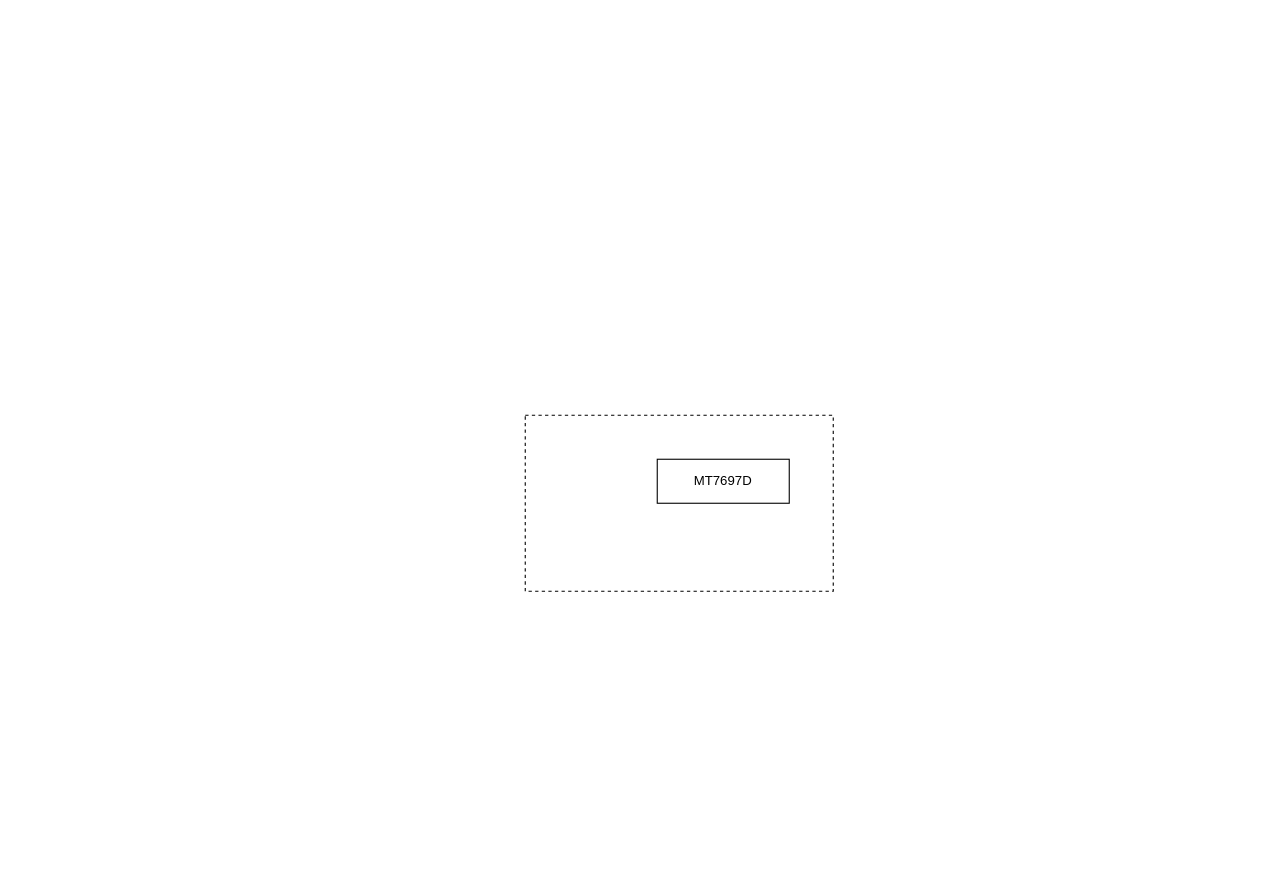
Above: WiFi通用联网方案--网络拓扑图.drawio in zjh6607476/drawing (draw.io), before the change. Source tidied: cells renumbered, new cells numbered last; positions are measured from the earlier drawing's top-left corner, leaving out a move shared by most shapes. Both pictures are drawn from the tidied source at 110%, with x=0, y=0 at pixel (525, 415).
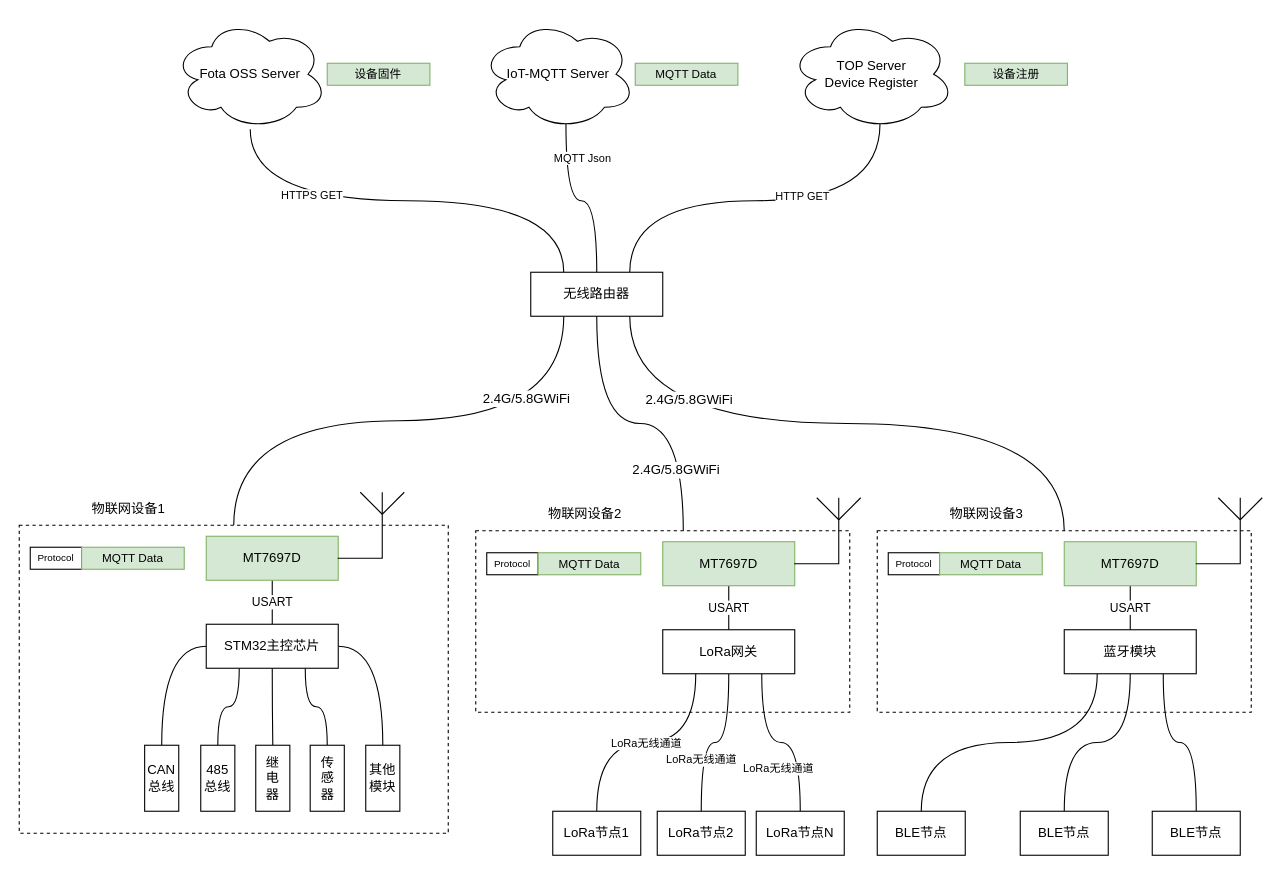
Above is the later version.

Commit message:
更新WiFi通用联网方案--网络拓扑图.drawio

Change to the diagram source:
```diff
@@
+    <mxCell id="4" style="edgeStyle=orthogonalEdgeStyle;rounded=0;jettySize=auto;html=1;exitX=0.5;exitY=0;exitDx=0;exitDy=0;endArrow=none;endFill=0;curved=1;entryX=0.25;entryY=1;entryDx=0;entryDy=0;" parent="1" edge="1" source="2" target="31">
+      <mxGeometry relative="1" as="geometry" />
+    </mxCell>
+    <mxCell id="5" value="2.4G/5.8GWiFi" style="text;html=1;align=center;verticalAlign=middle;labelBackgroundColor=#ffffff;" parent="4" vertex="1">
+      <mxGeometry x="0.37" y="3" relative="1" as="geometry">
+        <mxPoint x="24.4" y="-17.1" as="offset" />
+      </mxGeometry>
+    </mxCell>
     <mxCell id="2" style="rounded=0;whiteSpace=wrap;html=1;dashed=1;" parent="1" vertex="1">
-      <mxGeometry width="280" height="160" as="geometry" />
+      <mxGeometry x="-460" y="100" width="390" height="280" as="geometry" />
     </mxCell>
+    <mxCell id="6" value="USART" style="edgeStyle=orthogonalEdgeStyle;rounded=0;jettySize=auto;html=1;exitX=0.5;exitY=1;exitDx=0;exitDy=0;entryX=0.5;entryY=0;entryDx=0;entryDy=0;endArrow=none;endFill=0;" parent="1" edge="1" source="3" target="15">
+      <mxGeometry relative="1" as="geometry" />
+    </mxCell>
-    <mxCell id="3" value="MT7697D" style="rounded=0;whiteSpace=wrap;html=1;" parent="1" vertex="1">
-      <mxGeometry x="120" y="40" width="120" height="40" as="geometry" />
+    <mxCell id="3" value="MT7697D" style="rounded=0;whiteSpace=wrap;html=1;fillColor=#d5e8d4;strokeColor=#82b366;" parent="1" vertex="1">
+      <mxGeometry x="-290" y="110" width="120" height="40" as="geometry" />
     </mxCell>
+    <mxCell id="7" value="IoT-MQTT Server" style="ellipse;shape=cloud;whiteSpace=wrap;html=1;" parent="1" vertex="1">
+      <mxGeometry x="-40" y="-360" width="140" height="100" as="geometry" />
+    </mxCell>
+    <mxCell id="8" value="TOP Server&lt;br&gt;Device Register" style="ellipse;shape=cloud;whiteSpace=wrap;html=1;" parent="1" vertex="1">
+      <mxGeometry x="240" y="-360" width="150" height="100" as="geometry" />
+    </mxCell>
+    <mxCell id="9" value="Fota OSS Server" style="ellipse;shape=cloud;whiteSpace=wrap;html=1;" parent="1" vertex="1">
+      <mxGeometry x="-320" y="-360" width="140" height="100" as="geometry" />
+    </mxCell>
+    <mxCell id="10" style="edgeStyle=orthogonalEdgeStyle;curved=1;rounded=0;jettySize=auto;html=1;exitX=0;exitY=0.5;exitDx=0;exitDy=0;endArrow=none;endFill=0;entryX=0.5;entryY=0;entryDx=0;entryDy=0;" parent="1" edge="1" source="15" target="79">
+      <mxGeometry relative="1" as="geometry" />
+    </mxCell>
+    <mxCell id="11" style="edgeStyle=orthogonalEdgeStyle;curved=1;rounded=0;jettySize=auto;html=1;exitX=0.25;exitY=1;exitDx=0;exitDy=0;endArrow=none;endFill=0;entryX=0.5;entryY=0;entryDx=0;entryDy=0;" parent="1" edge="1" source="15" target="80">
+      <mxGeometry relative="1" as="geometry" />
+    </mxCell>
+    <mxCell id="12" style="edgeStyle=orthogonalEdgeStyle;curved=1;rounded=0;jettySize=auto;html=1;exitX=0.5;exitY=1;exitDx=0;exitDy=0;entryX=0.5;entryY=0;entryDx=0;entryDy=0;endArrow=none;endFill=0;" parent="1" edge="1" source="15" target="81">
+      <mxGeometry relative="1" as="geometry" />
+    </mxCell>
+    <mxCell id="13" style="edgeStyle=orthogonalEdgeStyle;curved=1;rounded=0;jettySize=auto;html=1;exitX=0.75;exitY=1;exitDx=0;exitDy=0;endArrow=none;endFill=0;fontSize=10;" parent="1" edge="1" source="15" target="82">
+      <mxGeometry relative="1" as="geometry" />
+    </mxCell>
+    <mxCell id="14" style="edgeStyle=orthogonalEdgeStyle;curved=1;rounded=0;jettySize=auto;html=1;exitX=1;exitY=0.5;exitDx=0;exitDy=0;endArrow=none;endFill=0;fontSize=10;" parent="1" edge="1" source="15" target="83">
+      <mxGeometry relative="1" as="geometry" />
+    </mxCell>
+    <mxCell id="15" value="STM32主控芯片" style="rounded=0;whiteSpace=wrap;html=1;" parent="1" vertex="1">
+      <mxGeometry x="-290" y="190" width="120" height="40" as="geometry" />
+    </mxCell>
+    <mxCell id="16" style="group;" parent="1" vertex="1">
+      <mxGeometry x="-170" y="70" width="50" height="60" as="geometry" />
+    </mxCell>
+    <mxCell id="17" style="shape=partialRectangle;whiteSpace=wrap;html=1;top=0;left=0;fillColor=none;" parent="16" vertex="1">
+      <mxGeometry y="20" width="40" height="40" as="geometry" />
+    </mxCell>
+    <mxCell id="18" style="endArrow=none;html=1;" parent="16" edge="1">
+      <mxGeometry relative="1" as="geometry">
+        <mxPoint x="40" y="20" as="sourcePoint" />
+        <mxPoint x="60" as="targetPoint" />
+      </mxGeometry>
+    </mxCell>
+    <mxCell id="19" style="endArrow=none;html=1;" parent="16" edge="1">
+      <mxGeometry relative="1" as="geometry">
+        <mxPoint x="40" y="20" as="sourcePoint" />
+        <mxPoint x="20" as="targetPoint" />
+      </mxGeometry>
+    </mxCell>
+    <mxCell id="20" style="endArrow=none;html=1;" parent="16" edge="1">
+      <mxGeometry relative="1" as="geometry">
+        <mxPoint x="40" y="20" as="sourcePoint" />
+        <mxPoint x="40" as="targetPoint" />
+      </mxGeometry>
+    </mxCell>
+    <mxCell id="21" style="edgeStyle=orthogonalEdgeStyle;curved=1;rounded=0;jettySize=auto;html=1;exitX=0.75;exitY=0;exitDx=0;exitDy=0;entryX=0.55;entryY=0.95;entryDx=0;entryDy=0;entryPerimeter=0;endArrow=none;endFill=0;" parent="1" edge="1" source="31" target="8">
+      <mxGeometry relative="1" as="geometry" />
+    </mxCell>
+    <mxCell id="22" value="HTTP GET" style="text;html=1;align=center;verticalAlign=middle;labelBackgroundColor=#ffffff;fontSize=10;" parent="21" vertex="1">
+      <mxGeometry x="0.22" y="5" relative="1" as="geometry" />
+    </mxCell>
+    <mxCell id="23" style="edgeStyle=orthogonalEdgeStyle;curved=1;rounded=0;jettySize=auto;html=1;exitX=0.5;exitY=0;exitDx=0;exitDy=0;entryX=0.55;entryY=0.95;entryDx=0;entryDy=0;entryPerimeter=0;endArrow=none;endFill=0;" parent="1" edge="1" source="31" target="7">
+      <mxGeometry relative="1" as="geometry" />
+    </mxCell>
+    <mxCell id="24" value="MQTT Json" style="text;html=1;align=center;verticalAlign=middle;labelBackgroundColor=#ffffff;fontSize=10;" parent="23" vertex="1">
+      <mxGeometry x="0.63" y="-14" relative="1" as="geometry" />
+    </mxCell>
+    <mxCell id="25" style="edgeStyle=orthogonalEdgeStyle;curved=1;rounded=0;jettySize=auto;html=1;exitX=0.25;exitY=0;exitDx=0;exitDy=0;endArrow=none;endFill=0;" parent="1" edge="1" source="31" target="9">
+      <mxGeometry relative="1" as="geometry" />
+    </mxCell>
+    <mxCell id="26" value="HTTPS GET" style="text;html=1;align=center;verticalAlign=middle;labelBackgroundColor=#ffffff;fontSize=10;" parent="25" vertex="1">
+      <mxGeometry x="0.42" y="-6" relative="1" as="geometry" />
+    </mxCell>
+    <mxCell id="27" style="edgeStyle=orthogonalEdgeStyle;curved=1;rounded=0;jettySize=auto;html=1;exitX=0.5;exitY=1;exitDx=0;exitDy=0;entryX=0.555;entryY=0.01;entryDx=0;entryDy=0;entryPerimeter=0;endArrow=none;endFill=0;fontSize=10;" parent="1" edge="1" source="31" target="36">
+      <mxGeometry relative="1" as="geometry" />
+    </mxCell>
+    <mxCell id="28" value="&lt;span style=&quot;font-size: 12px&quot;&gt;2.4G/5.8GWiFi&lt;/span&gt;" style="text;html=1;align=center;verticalAlign=middle;labelBackgroundColor=#ffffff;fontSize=10;" parent="27" vertex="1">
+      <mxGeometry x="0.23" y="1" relative="1" as="geometry">
+        <mxPoint y="43.4" as="offset" />
+      </mxGeometry>
+    </mxCell>
+    <mxCell id="29" style="edgeStyle=orthogonalEdgeStyle;curved=1;rounded=0;jettySize=auto;html=1;exitX=0.75;exitY=1;exitDx=0;exitDy=0;endArrow=none;endFill=0;fontSize=10;" parent="1" edge="1" source="31" target="57">
+      <mxGeometry relative="1" as="geometry" />
+    </mxCell>
+    <mxCell id="30" value="&lt;span style=&quot;font-size: 12px&quot;&gt;2.4G/5.8GWiFi&lt;/span&gt;" style="text;html=1;align=center;verticalAlign=middle;labelBackgroundColor=#ffffff;fontSize=10;" parent="29" vertex="1">
+      <mxGeometry x="-0.38" y="7" relative="1" as="geometry">
+        <mxPoint x="-32" y="-15.4" as="offset" />
+      </mxGeometry>
+    </mxCell>
+    <mxCell id="31" value="无线路由器" style="rounded=0;whiteSpace=wrap;html=1;" parent="1" vertex="1">
+      <mxGeometry x="5" y="-130" width="120" height="40" as="geometry" />
+    </mxCell>
+    <mxCell id="32" value="物联网设备1" style="text;html=1;align=center;verticalAlign=middle;" parent="1" vertex="1">
+      <mxGeometry x="-401" y="75" width="80" height="20" as="geometry" />
+    </mxCell>
+    <mxCell id="33" style="group;" parent="1" vertex="1">
+      <mxGeometry x="-450" y="120" width="140" height="20" as="geometry" />
+    </mxCell>
+    <mxCell id="34" value="Protocol" style="rounded=0;whiteSpace=wrap;html=1;fontSize=9;" parent="33" vertex="1">
+      <mxGeometry width="46.7" height="20" as="geometry" />
+    </mxCell>
+    <mxCell id="35" value="&lt;font style=&quot;font-size: 10.6667px&quot;&gt;MQTT Data&lt;/font&gt;" style="rounded=0;whiteSpace=wrap;html=1;fillColor=#d5e8d4;strokeColor=#82b366;fontSize=10;" parent="33" vertex="1">
+      <mxGeometry x="46.7" width="93.3" height="20" as="geometry" />
+    </mxCell>
+    <mxCell id="36" style="rounded=0;whiteSpace=wrap;html=1;dashed=1;" parent="1" vertex="1">
+      <mxGeometry x="-45" y="105" width="340" height="165" as="geometry" />
+    </mxCell>
+    <mxCell id="37" value="USART" style="edgeStyle=orthogonalEdgeStyle;rounded=0;jettySize=auto;html=1;exitX=0.5;exitY=1;exitDx=0;exitDy=0;entryX=0.5;entryY=0;entryDx=0;entryDy=0;endArrow=none;endFill=0;" parent="1" edge="1" source="38" target="44">
+      <mxGeometry relative="1" as="geometry" />
+    </mxCell>
+    <mxCell id="38" value="MT7697D" style="rounded=0;whiteSpace=wrap;html=1;fillColor=#d5e8d4;strokeColor=#82b366;" parent="1" vertex="1">
+      <mxGeometry x="125" y="115" width="120" height="40" as="geometry" />
+    </mxCell>
+    <mxCell id="39" value="LoRa无线通道" style="edgeStyle=orthogonalEdgeStyle;curved=1;rounded=0;jettySize=auto;html=1;exitX=0.25;exitY=1;exitDx=0;exitDy=0;entryX=0.5;entryY=0;entryDx=0;entryDy=0;endArrow=none;endFill=0;fontSize=10;" parent="1" edge="1" source="44" target="50">
+      <mxGeometry relative="1" as="geometry" />
+    </mxCell>
+    <mxCell id="40" style="edgeStyle=orthogonalEdgeStyle;curved=1;rounded=0;jettySize=auto;html=1;exitX=0.5;exitY=1;exitDx=0;exitDy=0;entryX=0.5;entryY=0;entryDx=0;entryDy=0;endArrow=none;endFill=0;fontSize=10;" parent="1" edge="1" source="44" target="55">
+      <mxGeometry relative="1" as="geometry" />
+    </mxCell>
+    <mxCell id="41" value="LoRa无线通道" style="text;html=1;align=center;verticalAlign=middle;labelBackgroundColor=#ffffff;fontSize=10;" parent="40" vertex="1">
+      <mxGeometry x="0.36" y="-1" relative="1" as="geometry" />
+    </mxCell>
+    <mxCell id="42" style="edgeStyle=orthogonalEdgeStyle;curved=1;rounded=0;jettySize=auto;html=1;exitX=0.75;exitY=1;exitDx=0;exitDy=0;endArrow=none;endFill=0;fontSize=10;" parent="1" edge="1" source="44" target="56">
+      <mxGeometry relative="1" as="geometry" />
+    </mxCell>
+    <mxCell id="43" value="LoRa无线通道" style="text;html=1;align=center;verticalAlign=middle;labelBackgroundColor=#ffffff;fontSize=10;" parent="42" vertex="1">
+      <mxGeometry x="0.5" y="-21" relative="1" as="geometry" />
+    </mxCell>
+    <mxCell id="44" value="LoRa网关" style="rounded=0;whiteSpace=wrap;html=1;" parent="1" vertex="1">
+      <mxGeometry x="125" y="195" width="120" height="40" as="geometry" />
+    </mxCell>
+    <mxCell id="45" style="group;" parent="1" vertex="1">
+      <mxGeometry x="245" y="75" width="50" height="60" as="geometry" />
+    </mxCell>
+    <mxCell id="46" style="shape=partialRectangle;whiteSpace=wrap;html=1;top=0;left=0;fillColor=none;" parent="45" vertex="1">
+      <mxGeometry y="20" width="40" height="40" as="geometry" />
+    </mxCell>
+    <mxCell id="47" style="endArrow=none;html=1;" parent="45" edge="1">
+      <mxGeometry relative="1" as="geometry">
+        <mxPoint x="40" y="20" as="sourcePoint" />
+        <mxPoint x="60" as="targetPoint" />
+      </mxGeometry>
+    </mxCell>
+    <mxCell id="48" style="endArrow=none;html=1;" parent="45" edge="1">
+      <mxGeometry relative="1" as="geometry">
+        <mxPoint x="40" y="20" as="sourcePoint" />
+        <mxPoint x="20" as="targetPoint" />
+      </mxGeometry>
+    </mxCell>
+    <mxCell id="49" style="endArrow=none;html=1;" parent="45" edge="1">
+      <mxGeometry relative="1" as="geometry">
+        <mxPoint x="40" y="20" as="sourcePoint" />
+        <mxPoint x="40" as="targetPoint" />
+      </mxGeometry>
+    </mxCell>
+    <mxCell id="50" value="LoRa节点1" style="rounded=0;whiteSpace=wrap;html=1;" parent="1" vertex="1">
+      <mxGeometry x="25" y="360" width="80" height="40" as="geometry" />
+    </mxCell>
+    <mxCell id="51" value="物联网设备2" style="text;html=1;align=center;verticalAlign=middle;" parent="1" vertex="1">
+      <mxGeometry x="14" y="80" width="80" height="20" as="geometry" />
+    </mxCell>
+    <mxCell id="52" style="group;" parent="1" vertex="1">
+      <mxGeometry x="-35" y="125" width="140" height="20" as="geometry" />
+    </mxCell>
+    <mxCell id="53" value="Protocol" style="rounded=0;whiteSpace=wrap;html=1;fontSize=9;" parent="52" vertex="1">
+      <mxGeometry width="46.7" height="20" as="geometry" />
+    </mxCell>
+    <mxCell id="54" value="&lt;font style=&quot;font-size: 10.6667px&quot;&gt;MQTT Data&lt;/font&gt;" style="rounded=0;whiteSpace=wrap;html=1;fillColor=#d5e8d4;strokeColor=#82b366;fontSize=10;" parent="52" vertex="1">
+      <mxGeometry x="46.7" width="93.3" height="20" as="geometry" />
+    </mxCell>
+    <mxCell id="55" value="LoRa节点2" style="rounded=0;whiteSpace=wrap;html=1;" parent="1" vertex="1">
+      <mxGeometry x="120" y="360" width="80" height="40" as="geometry" />
+    </mxCell>
+    <mxCell id="56" value="LoRa节点N" style="rounded=0;whiteSpace=wrap;html=1;" parent="1" vertex="1">
+      <mxGeometry x="210" y="360" width="80" height="40" as="geometry" />
+    </mxCell>
+    <mxCell id="57" style="rounded=0;whiteSpace=wrap;html=1;dashed=1;" parent="1" vertex="1">
+      <mxGeometry x="320" y="105" width="340" height="165" as="geometry" />
+    </mxCell>
+    <mxCell id="58" value="USART" style="edgeStyle=orthogonalEdgeStyle;rounded=0;jettySize=auto;html=1;exitX=0.5;exitY=1;exitDx=0;exitDy=0;entryX=0.5;entryY=0;entryDx=0;entryDy=0;endArrow=none;endFill=0;" parent="1" edge="1" source="59" target="63">
+      <mxGeometry relative="1" as="geometry" />
+    </mxCell>
+    <mxCell id="59" value="MT7697D" style="rounded=0;whiteSpace=wrap;html=1;fillColor=#d5e8d4;strokeColor=#82b366;" parent="1" vertex="1">
+      <mxGeometry x="490" y="115" width="120" height="40" as="geometry" />
+    </mxCell>
+    <mxCell id="60" style="edgeStyle=orthogonalEdgeStyle;curved=1;rounded=0;jettySize=auto;html=1;exitX=0.25;exitY=1;exitDx=0;exitDy=0;entryX=0.5;entryY=0;entryDx=0;entryDy=0;endArrow=none;endFill=0;fontSize=10;" parent="1" edge="1" source="63" target="69">
+      <mxGeometry relative="1" as="geometry" />
+    </mxCell>
+    <mxCell id="61" style="edgeStyle=orthogonalEdgeStyle;curved=1;rounded=0;jettySize=auto;html=1;exitX=0.5;exitY=1;exitDx=0;exitDy=0;entryX=0.5;entryY=0;entryDx=0;entryDy=0;endArrow=none;endFill=0;fontSize=10;" parent="1" edge="1" source="63" target="74">
+      <mxGeometry relative="1" as="geometry" />
+    </mxCell>
+    <mxCell id="62" style="edgeStyle=orthogonalEdgeStyle;curved=1;rounded=0;jettySize=auto;html=1;exitX=0.75;exitY=1;exitDx=0;exitDy=0;endArrow=none;endFill=0;fontSize=10;" parent="1" edge="1" source="63" target="75">
+      <mxGeometry relative="1" as="geometry" />
+    </mxCell>
+    <mxCell id="63" value="蓝牙模块" style="rounded=0;whiteSpace=wrap;html=1;" parent="1" vertex="1">
+      <mxGeometry x="490" y="195" width="120" height="40" as="geometry" />
+    </mxCell>
+    <mxCell id="64" style="group;" parent="1" vertex="1">
+      <mxGeometry x="610" y="75" width="50" height="60" as="geometry" />
+    </mxCell>
+    <mxCell id="65" style="shape=partialRectangle;whiteSpace=wrap;html=1;top=0;left=0;fillColor=none;" parent="64" vertex="1">
+      <mxGeometry y="20" width="40" height="40" as="geometry" />
+    </mxCell>
+    <mxCell id="66" style="endArrow=none;html=1;" parent="64" edge="1">
+      <mxGeometry relative="1" as="geometry">
+        <mxPoint x="40" y="20" as="sourcePoint" />
+        <mxPoint x="60" as="targetPoint" />
+      </mxGeometry>
+    </mxCell>
+    <mxCell id="67" style="endArrow=none;html=1;" parent="64" edge="1">
+      <mxGeometry relative="1" as="geometry">
+        <mxPoint x="40" y="20" as="sourcePoint" />
+        <mxPoint x="20" as="targetPoint" />
+      </mxGeometry>
+    </mxCell>
+    <mxCell id="68" style="endArrow=none;html=1;" parent="64" edge="1">
+      <mxGeometry relative="1" as="geometry">
+        <mxPoint x="40" y="20" as="sourcePoint" />
+        <mxPoint x="40" as="targetPoint" />
+      </mxGeometry>
+    </mxCell>
+    <mxCell id="69" value="BLE节点" style="rounded=0;whiteSpace=wrap;html=1;" parent="1" vertex="1">
+      <mxGeometry x="320" y="360" width="80" height="40" as="geometry" />
+    </mxCell>
+    <mxCell id="70" value="物联网设备3" style="text;html=1;align=center;verticalAlign=middle;" parent="1" vertex="1">
+      <mxGeometry x="379" y="80" width="80" height="20" as="geometry" />
+    </mxCell>
+    <mxCell id="71" style="group;" parent="1" vertex="1">
+      <mxGeometry x="330" y="125" width="140" height="20" as="geometry" />
+    </mxCell>
+    <mxCell id="72" value="Protocol" style="rounded=0;whiteSpace=wrap;html=1;fontSize=9;" parent="71" vertex="1">
+      <mxGeometry width="46.7" height="20" as="geometry" />
+    </mxCell>
+    <mxCell id="73" value="&lt;font style=&quot;font-size: 10.6667px&quot;&gt;MQTT Data&lt;/font&gt;" style="rounded=0;whiteSpace=wrap;html=1;fillColor=#d5e8d4;strokeColor=#82b366;fontSize=10;" parent="71" vertex="1">
+      <mxGeometry x="46.7" width="93.3" height="20" as="geometry" />
+    </mxCell>
+    <mxCell id="74" value="BLE节点" style="rounded=0;whiteSpace=wrap;html=1;" parent="1" vertex="1">
+      <mxGeometry x="450" y="360" width="80" height="40" as="geometry" />
+    </mxCell>
+    <mxCell id="75" value="BLE节点" style="rounded=0;whiteSpace=wrap;html=1;" parent="1" vertex="1">
+      <mxGeometry x="570" y="360" width="80" height="40" as="geometry" />
+    </mxCell>
+    <mxCell id="76" value="&lt;font style=&quot;font-size: 10.6667px&quot;&gt;MQTT Data&lt;/font&gt;" style="rounded=0;whiteSpace=wrap;html=1;fillColor=#d5e8d4;strokeColor=#82b366;fontSize=10;" parent="1" vertex="1">
+      <mxGeometry x="100" y="-320" width="93.3" height="20" as="geometry" />
+    </mxCell>
+    <mxCell id="77" value="&lt;font style=&quot;font-size: 10.6667px&quot;&gt;设备固件&lt;/font&gt;" style="rounded=0;whiteSpace=wrap;html=1;fillColor=#d5e8d4;strokeColor=#82b366;fontSize=10;" parent="1" vertex="1">
+      <mxGeometry x="-180" y="-320" width="93.3" height="20" as="geometry" />
+    </mxCell>
+    <mxCell id="78" value="&lt;font style=&quot;font-size: 10.6667px&quot;&gt;设备注册&lt;/font&gt;" style="rounded=0;whiteSpace=wrap;html=1;fillColor=#d5e8d4;strokeColor=#82b366;fontSize=10;" parent="1" vertex="1">
+      <mxGeometry x="399.6" y="-320" width="93.3" height="20" as="geometry" />
+    </mxCell>
+    <mxCell id="79" value="CAN&lt;br&gt;总线" style="rounded=0;whiteSpace=wrap;horizontal=1;verticalAlign=middle;html=1;" parent="1" vertex="1">
+      <mxGeometry x="-346" y="300" width="31" height="60" as="geometry" />
+    </mxCell>
+    <mxCell id="80" value="485&lt;br&gt;总线" style="rounded=0;whiteSpace=wrap;horizontal=1;verticalAlign=middle;html=1;" parent="1" vertex="1">
+      <mxGeometry x="-295" y="300" width="31" height="60" as="geometry" />
+    </mxCell>
+    <mxCell id="81" value="继&lt;br&gt;电&lt;br&gt;器" style="rounded=0;whiteSpace=wrap;horizontal=1;verticalAlign=middle;html=1;" parent="1" vertex="1">
+      <mxGeometry x="-245" y="300" width="31" height="60" as="geometry" />
+    </mxCell>
+    <mxCell id="82" value="传&lt;br&gt;感&lt;br&gt;器" style="rounded=0;whiteSpace=wrap;horizontal=1;verticalAlign=middle;html=1;" parent="1" vertex="1">
+      <mxGeometry x="-195.5" y="300" width="31" height="60" as="geometry" />
+    </mxCell>
+    <mxCell id="83" value="其他&lt;br&gt;模块" style="rounded=0;whiteSpace=wrap;horizontal=1;verticalAlign=middle;html=1;" parent="1" vertex="1">
+      <mxGeometry x="-145" y="300" width="31" height="60" as="geometry" />
+    </mxCell>
```
